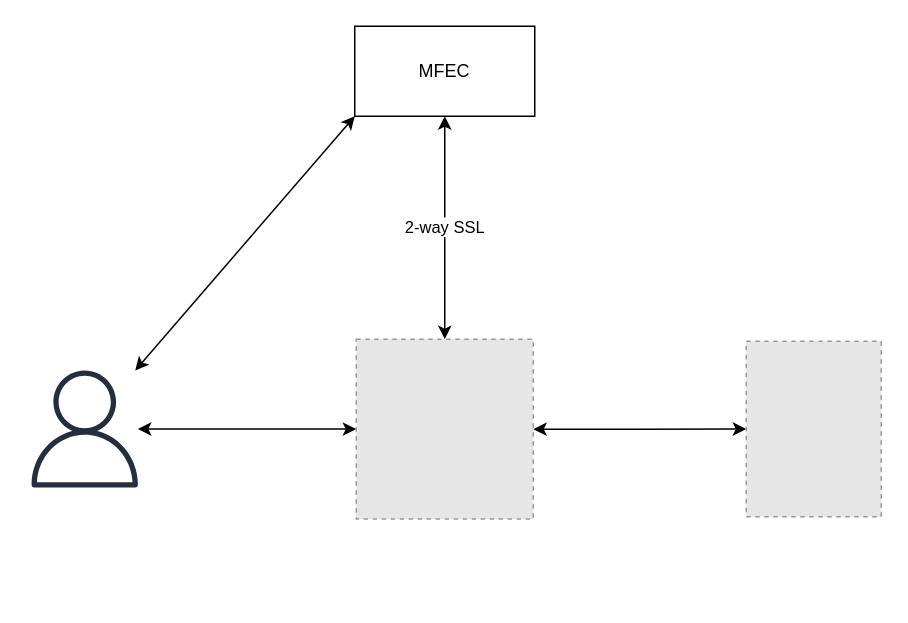
Above: Untitled Diagram.drawio in phongsakron/draw-io-repo (draw.io), before the change. Source tidied: cells renumbered, new cells numbered last; positions are measured from the earlier drawing's top-left corner, leaving out a move shared by most shapes. Both pictures are drawn from the tidied source at 150%, with x=0, y=0 at pixel (26, 26). Pictures stored in the file or linked from it are replaced by grey dashed boxes.
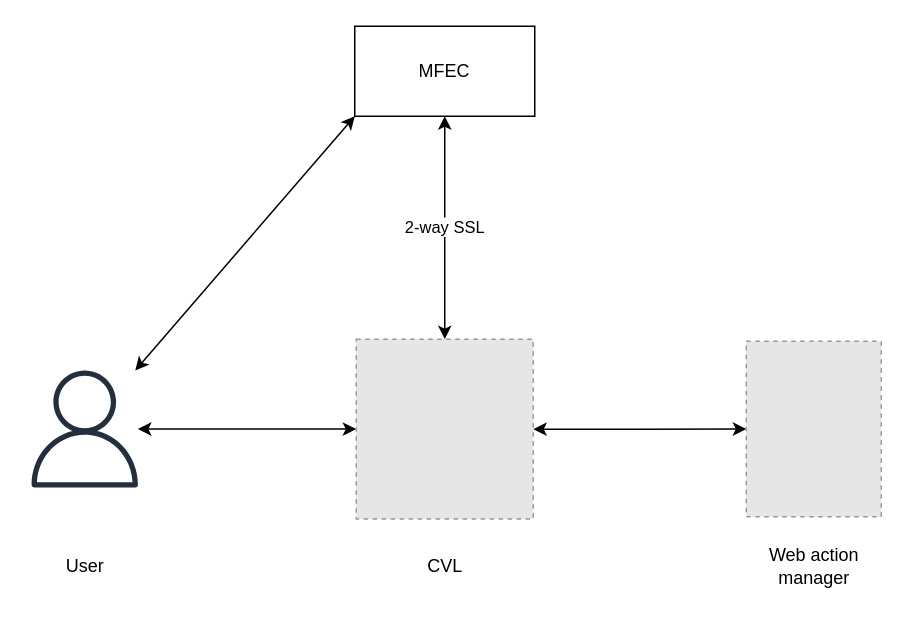
The same diagram, later.

What changed in the source:
```diff
@@
 <mxGraphModel>
   <root>
     <mxCell id="0" />
     <mxCell id="1" parent="0" />
     <mxCell id="2" style="edgeStyle=orthogonalEdgeStyle;rounded=0;jettySize=auto;html=1;entryX=0;entryY=0.5;entryDx=0;entryDy=0;startArrow=classic;startFill=1;" parent="1" edge="1" source="4" target="6">
       <mxGeometry relative="1" as="geometry" />
     </mxCell>
     <mxCell id="3" style="rounded=0;jettySize=auto;html=1;entryX=0;entryY=1;entryDx=0;entryDy=0;startArrow=classic;startFill=1;" parent="1" edge="1" source="4" target="9">
       <mxGeometry relative="1" as="geometry" />
     </mxCell>
     <mxCell id="4" style="sketch=0;outlineConnect=0;fontColor=#232F3E;gradientColor=none;fillColor=#232F3D;strokeColor=none;dashed=0;verticalLabelPosition=bottom;verticalAlign=top;align=center;html=1;fontSize=12;fontStyle=0;shape=mxgraph.aws4.user;" parent="1" vertex="1">
       <mxGeometry y="229.5" width="78" height="78" as="geometry" />
     </mxCell>
     <mxCell id="5" style="edgeStyle=orthogonalEdgeStyle;rounded=0;jettySize=auto;html=1;entryX=0;entryY=0.5;entryDx=0;entryDy=0;startArrow=classic;startFill=1;" parent="1" edge="1" source="6" target="7">
       <mxGeometry relative="1" as="geometry" />
     </mxCell>
     <mxCell id="6" style="fillColor=#E6E6E6;strokeColor=#999999;dashed=1;verticalLabelPosition=bottom;labelBackgroundColor=default;verticalAlign=top;" parent="1" vertex="1">
       <mxGeometry x="220" y="208.6" width="118" height="119.9" as="geometry" />
     </mxCell>
     <mxCell id="7" style="fillColor=#E6E6E6;strokeColor=#999999;dashed=1;verticalLabelPosition=bottom;labelBackgroundColor=default;verticalAlign=top;" parent="1" vertex="1">
       <mxGeometry x="480" y="210" width="90" height="117" as="geometry" />
     </mxCell>
     <mxCell id="8" value="2-way SSL" style="edgeStyle=orthogonalEdgeStyle;rounded=0;jettySize=auto;html=1;entryX=0.5;entryY=0;entryDx=0;entryDy=0;startArrow=classic;startFill=1;" parent="1" edge="1" source="9" target="6">
       <mxGeometry relative="1" as="geometry" />
     </mxCell>
     <mxCell id="9" value="MFEC" style="rounded=0;whiteSpace=wrap;html=1;" parent="1" vertex="1">
       <mxGeometry x="219" width="120" height="60" as="geometry" />
     </mxCell>
+    <mxCell id="10" value="User" style="text;html=1;align=center;verticalAlign=middle;strokeColor=none;fillColor=none;" parent="1" vertex="1">
+      <mxGeometry x="14" y="345" width="50" height="30" as="geometry" />
+    </mxCell>
+    <mxCell id="11" value="CVL" style="text;html=1;align=center;verticalAlign=middle;strokeColor=none;fillColor=none;" parent="1" vertex="1">
+      <mxGeometry x="254" y="345" width="50" height="30" as="geometry" />
+    </mxCell>
+    <mxCell id="12" value="Web action&lt;br&gt;manager" style="text;html=1;align=center;verticalAlign=middle;strokeColor=none;fillColor=none;" parent="1" vertex="1">
+      <mxGeometry x="485" y="340" width="80" height="40" as="geometry" />
+    </mxCell>
   </root>
 </mxGraphModel>
```
